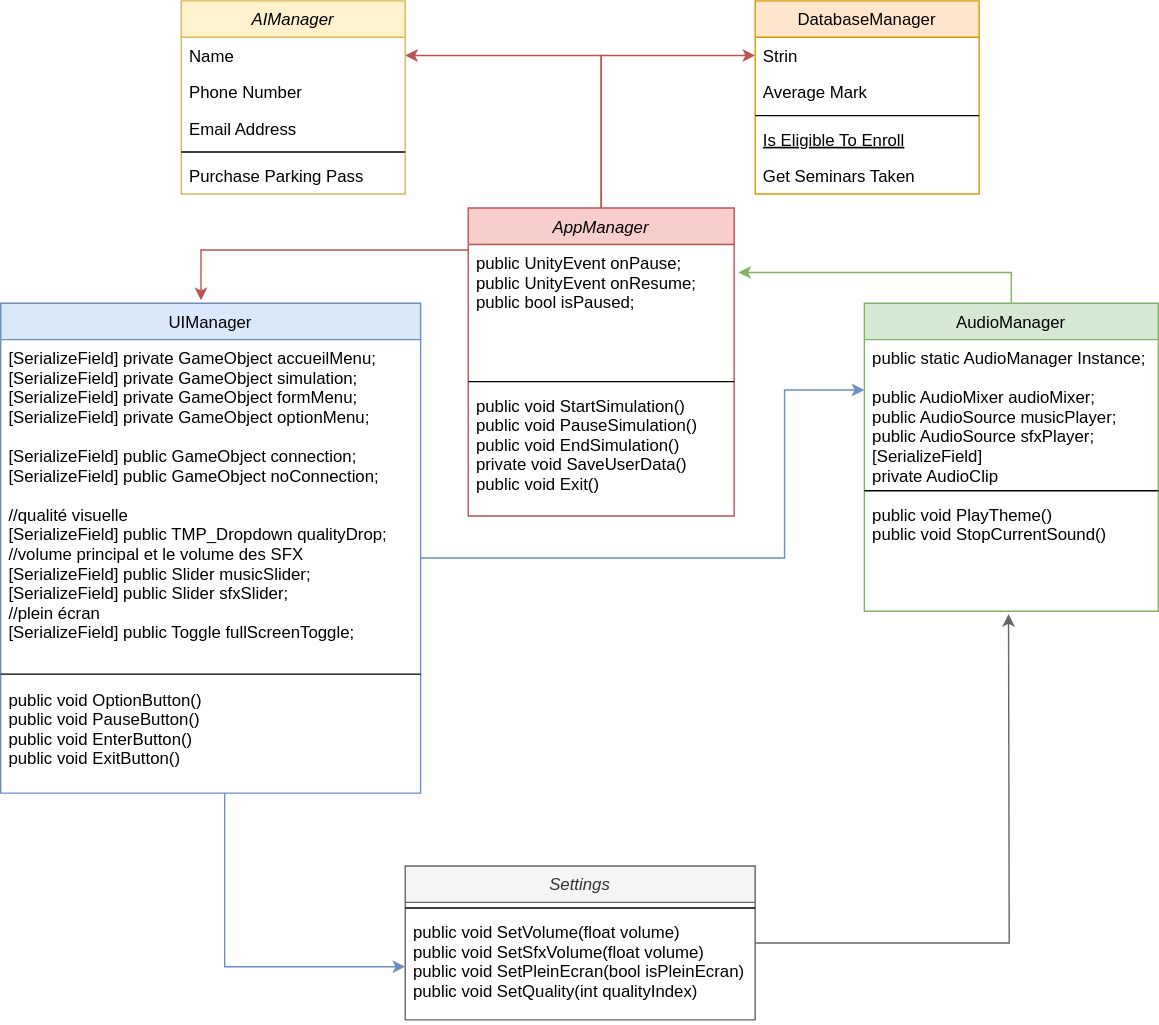
Above: Stage.drawio.svg in Ashura100/ProjetStage (draw.io), before the change. Source tidied: cells renumbered, new cells last; positions are measured from the earlier drawing's top-left corner, leaving out a move shared by most shapes.
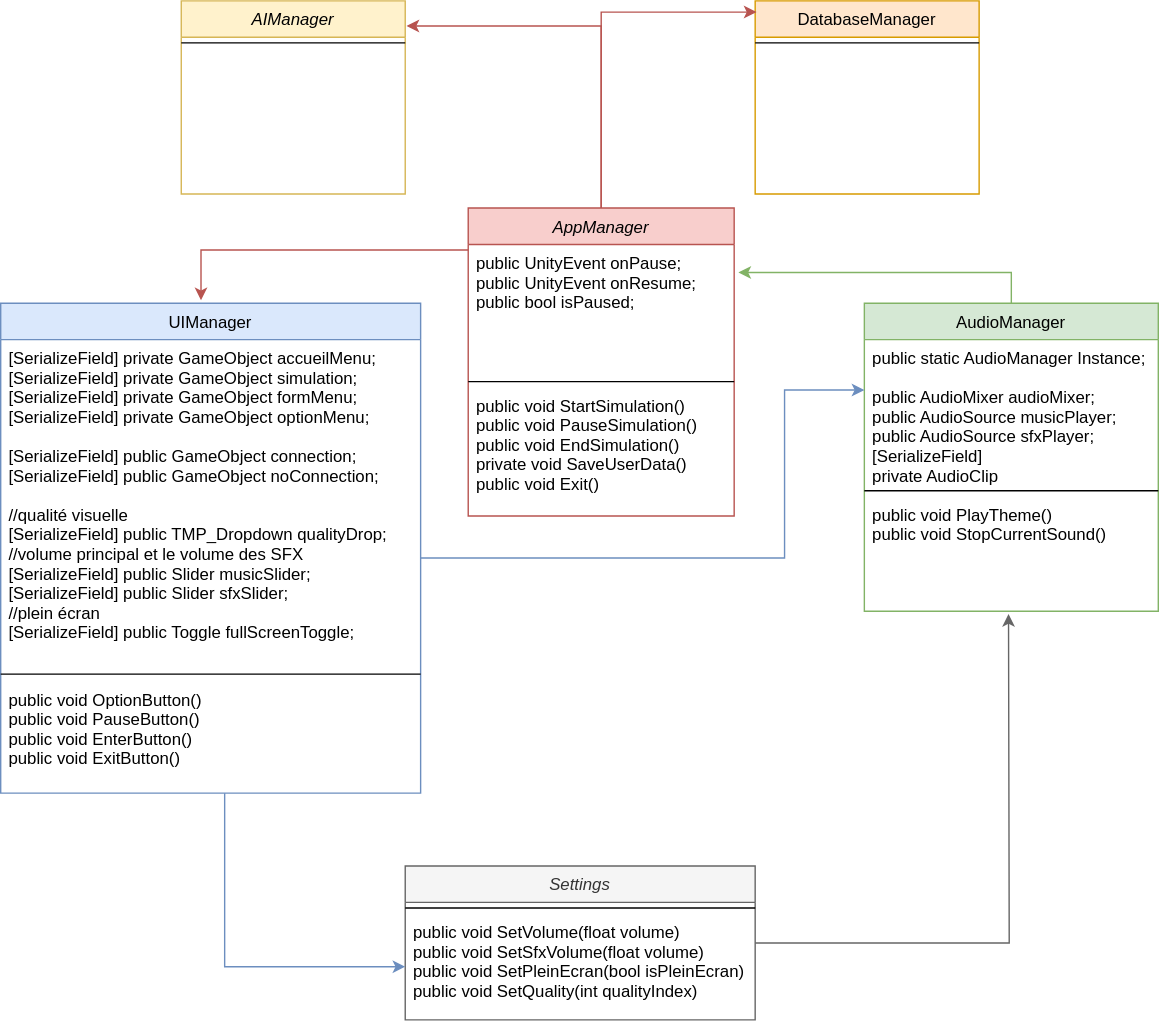
Later version of the same file.

Commit message:
Mettre à jour Stage.drawio.svg

What changed in the source:
```diff
@@ -19,21 +19,9 @@
     <mxCell id="6" value="DatabaseManager" style="swimlane;fontStyle=0;align=center;verticalAlign=top;horizontal=1;startSize=26;rounded=0;shadow=0;strokeWidth=1;fillColor=#ffe6cc;strokeColor=#d79b00;" parent="1" vertex="1">
       <mxGeometry x="539" width="160" height="138" as="geometry" />
     </mxCell>
-    <mxCell id="7" value="Strin" style="text;align=left;verticalAlign=top;spacingLeft=4;spacingRight=4;overflow=hidden;points=[[0,0.5],[1,0.5]];portConstraint=eastwest;" parent="6" vertex="1">
-      <mxGeometry y="26" width="160" height="26" as="geometry" />
-    </mxCell>
-    <mxCell id="8" value="Average Mark" style="text;align=left;verticalAlign=top;spacingLeft=4;spacingRight=4;overflow=hidden;rounded=0;shadow=0;html=0;" parent="6" vertex="1">
-      <mxGeometry y="52" width="160" height="26" as="geometry" />
-    </mxCell>
     <mxCell id="9" style="line;html=1;strokeWidth=1;align=left;verticalAlign=middle;spacingTop=-1;spacingLeft=3;spacingRight=3;labelPosition=right;" parent="6" vertex="1">
-      <mxGeometry y="78" width="160" height="8" as="geometry" />
+      <mxGeometry y="26" width="160" height="8" as="geometry" />
     </mxCell>
-    <mxCell id="10" value="Is Eligible To Enroll" style="text;align=left;verticalAlign=top;spacingLeft=4;spacingRight=4;overflow=hidden;fontStyle=4;" parent="6" vertex="1">
-      <mxGeometry y="86" width="160" height="26" as="geometry" />
-    </mxCell>
-    <mxCell id="11" value="Get Seminars Taken" style="text;align=left;verticalAlign=top;spacingLeft=4;spacingRight=4;overflow=hidden;" parent="6" vertex="1">
-      <mxGeometry y="112" width="160" height="26" as="geometry" />
-    </mxCell>
     <mxCell id="12" value="UIManager" style="swimlane;fontStyle=0;align=center;verticalAlign=top;horizontal=1;startSize=26;rounded=0;shadow=0;strokeWidth=1;fillColor=#dae8fc;strokeColor=#6c8ebf;" parent="1" vertex="1">
       <mxGeometry y="216" width="300" height="350" as="geometry" />
     </mxCell>
@@ -58,12 +46,6 @@
     <mxCell id="19" value="public void PlayTheme()&#10;public void StopCurrentSound()" style="text;align=left;verticalAlign=top;spacingLeft=4;spacingRight=4;overflow=hidden;" parent="16" vertex="1">
       <mxGeometry y="138" width="210" height="82" as="geometry" />
     </mxCell>
-    <mxCell id="20" style="edgeStyle=orthogonalEdgeStyle;rounded=0;jettySize=auto;html=1;entryX=0;entryY=0.5;entryDx=0;entryDy=0;fillColor=#f8cecc;strokeColor=#b85450;" parent="1" edge="1" source="22" target="7">
-      <mxGeometry relative="1" as="geometry" />
-    </mxCell>
-    <mxCell id="21" style="edgeStyle=orthogonalEdgeStyle;rounded=0;jettySize=auto;html=1;fillColor=#f8cecc;strokeColor=#b85450;" parent="1" edge="1" source="22" target="27">
-      <mxGeometry relative="1" as="geometry" />
-    </mxCell>
     <mxCell id="22" value="AppManager" style="swimlane;fontStyle=2;align=center;verticalAlign=top;horizontal=1;startSize=26;rounded=0;shadow=0;strokeWidth=1;fillColor=#f8cecc;strokeColor=#b85450;" parent="1" vertex="1">
       <mxGeometry x="334" y="148" width="190" height="220" as="geometry" />
     </mxCell>
@@ -79,21 +61,9 @@
     <mxCell id="26" value="AIManager" style="swimlane;fontStyle=2;align=center;verticalAlign=top;horizontal=1;startSize=26;rounded=0;shadow=0;strokeWidth=1;fillColor=#fff2cc;strokeColor=#d6b656;" parent="1" vertex="1">
       <mxGeometry x="129" width="160" height="138" as="geometry" />
     </mxCell>
-    <mxCell id="27" value="Name" style="text;align=left;verticalAlign=top;spacingLeft=4;spacingRight=4;overflow=hidden;points=[[0,0.5],[1,0.5]];portConstraint=eastwest;" parent="26" vertex="1">
-      <mxGeometry y="26" width="160" height="26" as="geometry" />
-    </mxCell>
-    <mxCell id="28" value="Phone Number" style="text;align=left;verticalAlign=top;spacingLeft=4;spacingRight=4;overflow=hidden;rounded=0;shadow=0;html=0;" parent="26" vertex="1">
-      <mxGeometry y="52" width="160" height="26" as="geometry" />
-    </mxCell>
-    <mxCell id="29" value="Email Address" style="text;align=left;verticalAlign=top;spacingLeft=4;spacingRight=4;overflow=hidden;rounded=0;shadow=0;html=0;" parent="26" vertex="1">
-      <mxGeometry y="78" width="160" height="26" as="geometry" />
-    </mxCell>
     <mxCell id="30" style="line;html=1;strokeWidth=1;align=left;verticalAlign=middle;spacingTop=-1;spacingLeft=3;spacingRight=3;labelPosition=right;" parent="26" vertex="1">
-      <mxGeometry y="104" width="160" height="8" as="geometry" />
+      <mxGeometry y="26" width="160" height="8" as="geometry" />
     </mxCell>
-    <mxCell id="31" value="Purchase Parking Pass" style="text;align=left;verticalAlign=top;spacingLeft=4;spacingRight=4;overflow=hidden;" parent="26" vertex="1">
-      <mxGeometry y="112" width="160" height="26" as="geometry" />
-    </mxCell>
     <mxCell id="32" style="edgeStyle=orthogonalEdgeStyle;rounded=0;jettySize=auto;html=1;fillColor=#dae8fc;strokeColor=#6c8ebf;" parent="1" edge="1" source="13" target="17">
       <mxGeometry relative="1" as="geometry">
         <Array as="points">
@@ -123,5 +93,19 @@
         </Array>
       </mxGeometry>
     </mxCell>
+    <mxCell id="36" style="edgeStyle=orthogonalEdgeStyle;rounded=0;jettySize=auto;html=1;entryX=1.006;entryY=0.13;entryDx=0;entryDy=0;entryPerimeter=0;fillColor=#f8cecc;strokeColor=#b85450;" parent="1" edge="1" source="22" target="26">
+      <mxGeometry relative="1" as="geometry">
+        <Array as="points">
+          <mxPoint x="429" y="18" />
+        </Array>
+      </mxGeometry>
+    </mxCell>
+    <mxCell id="37" style="edgeStyle=orthogonalEdgeStyle;rounded=0;jettySize=auto;html=1;entryX=0.006;entryY=0.058;entryDx=0;entryDy=0;entryPerimeter=0;fillColor=#f8cecc;strokeColor=#b85450;" parent="1" edge="1" source="22" target="6">
+      <mxGeometry relative="1" as="geometry">
+        <Array as="points">
+          <mxPoint x="429" y="8" />
+        </Array>
+      </mxGeometry>
+    </mxCell>
   </root>
 </mxGraphModel>
```
